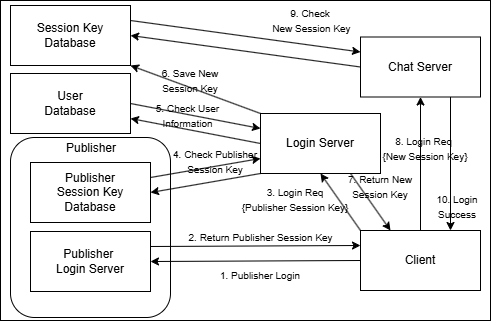
Before: Images/TotalServerFlow.png, a diagram exported from draw.io (devMains/MMORPG-Portfolio). Source tidied: cells renumbered, new cells last; positions are measured from the earlier drawing's top-left corner, leaving out a move shared by most shapes.
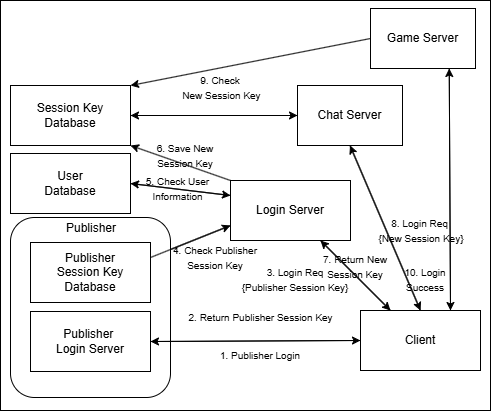
The same diagram one commit later.

What changed in the source:
```diff
@@ -3,106 +3,118 @@
     <mxCell id="0" />
     <mxCell id="1" parent="0" />
     <mxCell id="2" style="rounded=0;whiteSpace=wrap;html=1;fillColor=light-dark(#FFFFFF,#FFFAF0);" parent="1" vertex="1">
-      <mxGeometry width="490" height="320" as="geometry" />
+      <mxGeometry y="-80" width="490" height="410" as="geometry" />
     </mxCell>
-    <mxCell id="3" style="rounded=0;jettySize=auto;html=1;exitX=0;exitY=0;exitDx=0;exitDy=0;entryX=0.5;entryY=1;entryDx=0;entryDy=0;strokeColor=light-dark(#000000,#000000);" parent="1" edge="1" source="5" target="10">
+    <mxCell id="3" style="rounded=0;jettySize=auto;html=1;exitX=0.5;exitY=0;exitDx=0;exitDy=0;entryX=0.5;entryY=1;entryDx=0;entryDy=0;strokeColor=light-dark(#000000,#000000);" parent="1" edge="1" source="6" target="14">
       <mxGeometry relative="1" as="geometry" />
     </mxCell>
-    <mxCell id="4" style="edgeStyle=orthogonalEdgeStyle;rounded=0;jettySize=auto;html=1;exitX=0.5;exitY=0;exitDx=0;exitDy=0;entryX=0.5;entryY=1;entryDx=0;entryDy=0;strokeColor=light-dark(#000000,#000000);" parent="1" edge="1" source="5" target="12">
+    <mxCell id="4" style="rounded=0;jettySize=auto;html=1;exitX=0.25;exitY=0;exitDx=0;exitDy=0;entryX=0.75;entryY=1;entryDx=0;entryDy=0;strokeColor=light-dark(#000000,#000000);" parent="1" edge="1" source="6" target="12">
       <mxGeometry relative="1" as="geometry" />
     </mxCell>
-    <mxCell id="5" value="Client" style="rounded=0;whiteSpace=wrap;html=1;" parent="1" vertex="1">
-      <mxGeometry x="360" y="230" width="120" height="60" as="geometry" />
+    <mxCell id="5" style="rounded=0;jettySize=auto;html=1;exitX=0.75;exitY=0;exitDx=0;exitDy=0;entryX=0.75;entryY=1;entryDx=0;entryDy=0;strokeColor=light-dark(#000000,#000000);" parent="1" edge="1" source="6" target="39">
+      <mxGeometry relative="1" as="geometry" />
     </mxCell>
-    <mxCell id="6" style="edgeStyle=orthogonalEdgeStyle;rounded=0;jettySize=auto;html=1;exitX=0.5;exitY=0;exitDx=0;exitDy=0;entryX=0.5;entryY=1;entryDx=0;entryDy=0;strokeColor=light-dark(#000000,#000000);" parent="1" edge="1" source="19" target="20">
-      <mxGeometry relative="1" as="geometry" />
+    <mxCell id="6" value="Client" style="rounded=0;whiteSpace=wrap;html=1;" parent="1" vertex="1">
+      <mxGeometry x="360" y="230" width="120" height="60" as="geometry" />
     </mxCell>
-    <mxCell id="7" style="rounded=0;jettySize=auto;html=1;exitX=0;exitY=0;exitDx=0;exitDy=0;entryX=1;entryY=1;entryDx=0;entryDy=0;strokeColor=light-dark(#000000,#000000);" parent="1" edge="1" source="10" target="14">
+    <mxCell id="7" style="edgeStyle=orthogonalEdgeStyle;rounded=0;jettySize=auto;html=1;exitX=0.5;exitY=0;exitDx=0;exitDy=0;entryX=0.5;entryY=1;entryDx=0;entryDy=0;strokeColor=light-dark(#000000,#000000);" parent="1" edge="1" source="21" target="23">
       <mxGeometry relative="1" as="geometry" />
     </mxCell>
-    <mxCell id="8" style="rounded=0;jettySize=auto;html=1;exitX=0.75;exitY=1;exitDx=0;exitDy=0;entryX=0.25;entryY=0;entryDx=0;entryDy=0;strokeColor=light-dark(#000000,#000000);" parent="1" edge="1" source="10" target="5">
+    <mxCell id="8" style="rounded=0;jettySize=auto;html=1;exitX=0;exitY=0;exitDx=0;exitDy=0;entryX=1;entryY=1;entryDx=0;entryDy=0;strokeColor=light-dark(#000000,#000000);" parent="1" edge="1" source="12" target="16">
       <mxGeometry relative="1" as="geometry" />
     </mxCell>
-    <mxCell id="9" style="rounded=0;jettySize=auto;html=1;exitX=0;exitY=0.5;exitDx=0;exitDy=0;entryX=1;entryY=0.75;entryDx=0;entryDy=0;strokeColor=light-dark(#000000,#000000);" parent="1" edge="1" source="10" target="34">
+    <mxCell id="9" style="rounded=0;jettySize=auto;html=1;exitX=0.75;exitY=1;exitDx=0;exitDy=0;entryX=0.25;entryY=0;entryDx=0;entryDy=0;strokeColor=light-dark(#000000,#000000);" parent="1" edge="1" source="12" target="6">
       <mxGeometry relative="1" as="geometry" />
     </mxCell>
-    <mxCell id="10" value="Login Server" style="rounded=0;whiteSpace=wrap;html=1;" parent="1" vertex="1">
-      <mxGeometry x="260" y="113" width="120" height="60" as="geometry" />
+    <mxCell id="10" style="rounded=0;jettySize=auto;html=1;exitX=0;exitY=0.75;exitDx=0;exitDy=0;entryX=1;entryY=0.25;entryDx=0;entryDy=0;strokeColor=light-dark(#000000,#000000);" parent="1" edge="1" source="12" target="23">
+      <mxGeometry relative="1" as="geometry" />
     </mxCell>
-    <mxCell id="11" style="edgeStyle=orthogonalEdgeStyle;rounded=0;jettySize=auto;html=1;exitX=0.75;exitY=1;exitDx=0;exitDy=0;entryX=0.75;entryY=0;entryDx=0;entryDy=0;strokeColor=light-dark(#000000,#000000);" parent="1" edge="1" source="12" target="5">
+    <mxCell id="11" style="rounded=0;jettySize=auto;html=1;exitX=0;exitY=0.25;exitDx=0;exitDy=0;entryX=1;entryY=0.5;entryDx=0;entryDy=0;strokeColor=light-dark(#000000,#171717);" parent="1" edge="1" source="12" target="35">
       <mxGeometry relative="1" as="geometry" />
     </mxCell>
-    <mxCell id="12" value="Chat Server" style="rounded=0;whiteSpace=wrap;html=1;" parent="1" vertex="1">
-      <mxGeometry x="360" y="36.5" width="120" height="60" as="geometry" />
+    <mxCell id="12" value="Login Server" style="rounded=0;whiteSpace=wrap;html=1;" parent="1" vertex="1">
+      <mxGeometry x="230" y="100" width="120" height="60" as="geometry" />
     </mxCell>
-    <mxCell id="13" style="rounded=0;jettySize=auto;html=1;exitX=1;exitY=0.25;exitDx=0;exitDy=0;entryX=0;entryY=0.25;entryDx=0;entryDy=0;strokeColor=light-dark(#000000,#000000);" parent="1" edge="1" source="14" target="12">
+    <mxCell id="13" style="rounded=0;jettySize=auto;html=1;exitX=0.5;exitY=1;exitDx=0;exitDy=0;entryX=0.5;entryY=0;entryDx=0;entryDy=0;strokeColor=light-dark(#000000,#000000);" parent="1" edge="1" source="14" target="6">
       <mxGeometry relative="1" as="geometry" />
     </mxCell>
-    <mxCell id="14" value="Session Key&lt;div&gt;Database&lt;/div&gt;" style="rounded=0;whiteSpace=wrap;html=1;" parent="1" vertex="1">
-      <mxGeometry x="10" y="5" width="120" height="60" as="geometry" />
+    <mxCell id="14" value="Chat Server" style="rounded=0;whiteSpace=wrap;html=1;" parent="1" vertex="1">
+      <mxGeometry x="297" y="5" width="105" height="60" as="geometry" />
     </mxCell>
-    <mxCell id="15" style="rounded=1;whiteSpace=wrap;html=1;" parent="1" vertex="1">
-      <mxGeometry x="10" y="137" width="160" height="180" as="geometry" />
+    <mxCell id="15" style="rounded=0;jettySize=auto;html=1;exitX=1;exitY=0.5;exitDx=0;exitDy=0;entryX=0;entryY=0.5;entryDx=0;entryDy=0;" parent="1" edge="1" source="16" target="14">
+      <mxGeometry relative="1" as="geometry" />
     </mxCell>
-    <mxCell id="16" style="rounded=0;jettySize=auto;html=1;exitX=0;exitY=0.5;exitDx=0;exitDy=0;strokeColor=light-dark(#000000,#000000);entryX=1;entryY=0.5;entryDx=0;entryDy=0;" parent="1" edge="1" source="12" target="14">
-      <mxGeometry relative="1" as="geometry" />
+    <mxCell id="16" value="Session Key&lt;div&gt;Database&lt;/div&gt;" style="rounded=0;whiteSpace=wrap;html=1;" parent="1" vertex="1">
+      <mxGeometry x="10" y="5" width="120" height="60" as="geometry" />
     </mxCell>
-    <mxCell id="17" value="Publisher" style="text;html=1;whiteSpace=wrap;strokeColor=none;fillColor=none;align=center;verticalAlign=middle;rounded=0;" parent="1" vertex="1">
-      <mxGeometry x="61" y="133" width="60" height="30" as="geometry" />
+    <mxCell id="17" style="rounded=1;whiteSpace=wrap;html=1;" parent="1" vertex="1">
+      <mxGeometry x="10" y="137" width="160" height="180" as="geometry" />
     </mxCell>
-    <mxCell id="18" style="rounded=0;jettySize=auto;html=1;exitX=1;exitY=0.25;exitDx=0;exitDy=0;entryX=0;entryY=0.25;entryDx=0;entryDy=0;strokeColor=light-dark(#000000,#050505);" parent="1" edge="1" source="19" target="5">
+    <mxCell id="18" style="rounded=0;jettySize=auto;html=1;exitX=0;exitY=0.5;exitDx=0;exitDy=0;strokeColor=light-dark(#000000,#000000);entryX=1;entryY=0.5;entryDx=0;entryDy=0;" parent="1" edge="1" source="14" target="16">
       <mxGeometry relative="1" as="geometry" />
     </mxCell>
-    <mxCell id="19" value="Publisher&amp;nbsp;&lt;div&gt;Login Server&lt;/div&gt;" style="rounded=0;whiteSpace=wrap;html=1;" parent="1" vertex="1">
-      <mxGeometry x="30" y="231" width="120" height="60" as="geometry" />
+    <mxCell id="19" value="Publisher" style="text;html=1;whiteSpace=wrap;strokeColor=none;fillColor=none;align=center;verticalAlign=middle;rounded=0;" parent="1" vertex="1">
+      <mxGeometry x="61" y="133" width="60" height="30" as="geometry" />
     </mxCell>
-    <mxCell id="20" value="Publisher&lt;div&gt;Session Key Database&lt;/div&gt;" style="rounded=0;whiteSpace=wrap;html=1;" parent="1" vertex="1">
-      <mxGeometry x="30" y="162" width="120" height="60" as="geometry" />
+    <mxCell id="20" style="rounded=0;jettySize=auto;html=1;exitX=1;exitY=0.5;exitDx=0;exitDy=0;entryX=0;entryY=0.5;entryDx=0;entryDy=0;strokeColor=light-dark(#000000,#030303);" parent="1" edge="1" source="21" target="6">
+      <mxGeometry relative="1" as="geometry" />
     </mxCell>
-    <mxCell id="21" style="rounded=0;jettySize=auto;html=1;exitX=0;exitY=0.5;exitDx=0;exitDy=0;entryX=1;entryY=0.5;entryDx=0;entryDy=0;strokeColor=light-dark(#000000,#0A0A0A);" parent="1" edge="1" source="5" target="19">
-      <mxGeometry relative="1" as="geometry" />
+    <mxCell id="21" value="Publisher&amp;nbsp;&lt;div&gt;Login Server&lt;/div&gt;" style="rounded=0;whiteSpace=wrap;html=1;" parent="1" vertex="1">
+      <mxGeometry x="30" y="231" width="120" height="60" as="geometry" />
     </mxCell>
-    <mxCell id="22" style="rounded=0;jettySize=auto;html=1;exitX=0;exitY=1;exitDx=0;exitDy=0;entryX=1;entryY=0.5;entryDx=0;entryDy=0;strokeColor=light-dark(#000000,#000000);" parent="1" edge="1" source="10" target="20">
+    <mxCell id="22" style="rounded=0;jettySize=auto;html=1;exitX=1;exitY=0.25;exitDx=0;exitDy=0;entryX=0;entryY=0.75;entryDx=0;entryDy=0;strokeColor=light-dark(#000000,#000000);" parent="1" edge="1" source="23" target="12">
       <mxGeometry relative="1" as="geometry" />
     </mxCell>
-    <mxCell id="23" style="rounded=0;jettySize=auto;html=1;exitX=1;exitY=0.25;exitDx=0;exitDy=0;strokeColor=light-dark(#000000,#030303);entryX=0;entryY=0.75;entryDx=0;entryDy=0;" parent="1" edge="1" source="20" target="10">
-      <mxGeometry relative="1" as="geometry" />
+    <mxCell id="23" value="Publisher&lt;div&gt;Session Key Database&lt;/div&gt;" style="rounded=0;whiteSpace=wrap;html=1;" parent="1" vertex="1">
+      <mxGeometry x="30" y="162" width="120" height="60" as="geometry" />
     </mxCell>
-    <mxCell id="24" value="&lt;font style=&quot;color: light-dark(rgb(0, 0, 0), rgb(13, 13, 13)); font-size: 10px;&quot;&gt;1. Publisher Login&lt;/font&gt;" style="text;html=1;whiteSpace=wrap;strokeColor=none;fillColor=none;align=center;verticalAlign=middle;rounded=0;" parent="1" vertex="1">
-      <mxGeometry x="195" y="260" width="130" height="30" as="geometry" />
+    <mxCell id="24" style="rounded=0;jettySize=auto;html=1;exitX=0;exitY=0.5;exitDx=0;exitDy=0;entryX=1;entryY=0.5;entryDx=0;entryDy=0;strokeColor=light-dark(#000000,#0A0A0A);" parent="1" edge="1" source="6" target="21">
+      <mxGeometry relative="1" as="geometry" />
     </mxCell>
-    <mxCell id="25" value="&lt;font style=&quot;color: light-dark(rgb(0, 0, 0), rgb(33, 33, 33)); font-size: 10px;&quot;&gt;3. Login Req&lt;/font&gt;&lt;div&gt;&lt;font style=&quot;color: light-dark(rgb(0, 0, 0), rgb(33, 33, 33)); font-size: 10px;&quot;&gt;{Publisher Session Key}&lt;/font&gt;&lt;/div&gt;" style="text;html=1;whiteSpace=wrap;strokeColor=none;fillColor=none;align=center;verticalAlign=middle;rounded=0;" parent="1" vertex="1">
-      <mxGeometry x="225" y="184" width="140" height="30" as="geometry" />
+    <mxCell id="25" value="&lt;font style=&quot;color: light-dark(rgb(0, 0, 0), rgb(13, 13, 13)); font-size: 10px;&quot;&gt;1. Publisher Login&lt;/font&gt;" style="text;html=1;whiteSpace=wrap;strokeColor=none;fillColor=none;align=center;verticalAlign=middle;rounded=0;" parent="1" vertex="1">
+      <mxGeometry x="195" y="260" width="130" height="30" as="geometry" />
     </mxCell>
-    <mxCell id="26" value="&lt;font style=&quot;color: light-dark(rgb(0, 0, 0), rgb(38, 38, 38)); font-size: 10px;&quot;&gt;2. Return Publisher Session Key&lt;/font&gt;" style="text;html=1;whiteSpace=wrap;strokeColor=none;fillColor=none;align=center;verticalAlign=middle;rounded=0;" parent="1" vertex="1">
-      <mxGeometry x="177.5" y="222" width="165" height="30" as="geometry" />
+    <mxCell id="26" value="&lt;font style=&quot;color: light-dark(rgb(0, 0, 0), rgb(33, 33, 33)); font-size: 10px;&quot;&gt;3. Login Req&lt;/font&gt;&lt;div&gt;&lt;font style=&quot;color: light-dark(rgb(0, 0, 0), rgb(33, 33, 33)); font-size: 10px;&quot;&gt;{Publisher Session Key}&lt;/font&gt;&lt;/div&gt;" style="text;html=1;whiteSpace=wrap;strokeColor=none;fillColor=none;align=center;verticalAlign=middle;rounded=0;" parent="1" vertex="1">
+      <mxGeometry x="225" y="184" width="140" height="30" as="geometry" />
     </mxCell>
-    <mxCell id="27" value="&lt;font style=&quot;font-size: 10px; color: light-dark(rgb(0, 0, 0), rgb(0, 0, 0));&quot;&gt;4. Check Publisher Session Key&lt;/font&gt;" style="text;html=1;whiteSpace=wrap;strokeColor=none;fillColor=none;align=center;verticalAlign=middle;rounded=0;" parent="1" vertex="1">
-      <mxGeometry x="160" y="146" width="110" height="30" as="geometry" />
+    <mxCell id="27" value="&lt;font style=&quot;color: light-dark(rgb(0, 0, 0), rgb(38, 38, 38)); font-size: 10px;&quot;&gt;2. Return Publisher Session Key&lt;/font&gt;" style="text;html=1;whiteSpace=wrap;strokeColor=none;fillColor=none;align=center;verticalAlign=middle;rounded=0;" parent="1" vertex="1">
+      <mxGeometry x="177.5" y="222" width="165" height="30" as="geometry" />
     </mxCell>
-    <mxCell id="28" value="&lt;font style=&quot;font-size: 10px; color: light-dark(rgb(0, 0, 0), rgb(10, 10, 10));&quot;&gt;6. Save New Session Key&lt;/font&gt;" style="text;html=1;whiteSpace=wrap;strokeColor=none;fillColor=none;align=center;verticalAlign=middle;rounded=0;" parent="1" vertex="1">
-      <mxGeometry x="160" y="65" width="60" height="30" as="geometry" />
+    <mxCell id="28" value="&lt;font style=&quot;font-size: 10px; color: light-dark(rgb(0, 0, 0), rgb(0, 0, 0));&quot;&gt;4. Check Publisher Session Key&lt;/font&gt;" style="text;html=1;whiteSpace=wrap;strokeColor=none;fillColor=none;align=center;verticalAlign=middle;rounded=0;" parent="1" vertex="1">
+      <mxGeometry x="160" y="162" width="110" height="30" as="geometry" />
     </mxCell>
-    <mxCell id="29" value="&lt;font style=&quot;font-size: 10px; color: light-dark(rgb(0, 0, 0), rgb(15, 15, 15));&quot;&gt;7. Return New Session Key&lt;/font&gt;" style="text;html=1;whiteSpace=wrap;strokeColor=none;fillColor=none;align=center;verticalAlign=middle;rounded=0;" parent="1" vertex="1">
-      <mxGeometry x="330" y="171" width="100" height="30" as="geometry" />
+    <mxCell id="29" value="&lt;font style=&quot;font-size: 10px; color: light-dark(rgb(0, 0, 0), rgb(10, 10, 10));&quot;&gt;6. Save New Session Key&lt;/font&gt;" style="text;html=1;whiteSpace=wrap;strokeColor=none;fillColor=none;align=center;verticalAlign=middle;rounded=0;" parent="1" vertex="1">
+      <mxGeometry x="155" y="60" width="60" height="30" as="geometry" />
     </mxCell>
-    <mxCell id="30" value="&lt;font style=&quot;color: light-dark(rgb(0, 0, 0), rgb(8, 8, 8)); font-size: 10px;&quot;&gt;8. Login Req&amp;nbsp;&lt;/font&gt;&lt;div&gt;&lt;font style=&quot;color: light-dark(rgb(0, 0, 0), rgb(8, 8, 8)); font-size: 10px;&quot;&gt;{New Session Key}&lt;/font&gt;&lt;/div&gt;" style="text;html=1;whiteSpace=wrap;strokeColor=none;fillColor=none;align=center;verticalAlign=middle;rounded=0;" parent="1" vertex="1">
-      <mxGeometry x="380" y="133" width="90" height="30" as="geometry" />
+    <mxCell id="30" value="&lt;font style=&quot;font-size: 10px; color: light-dark(rgb(0, 0, 0), rgb(15, 15, 15));&quot;&gt;7. Return New Session Key&lt;/font&gt;" style="text;html=1;whiteSpace=wrap;strokeColor=none;fillColor=none;align=center;verticalAlign=middle;rounded=0;" parent="1" vertex="1">
+      <mxGeometry x="305" y="171" width="100" height="30" as="geometry" />
     </mxCell>
-    <mxCell id="31" value="&lt;font style=&quot;color: light-dark(rgb(0, 0, 0), rgb(0, 0, 0)); font-size: 10px;&quot;&gt;9. Check&lt;/font&gt;&lt;div&gt;&lt;font style=&quot;color: light-dark(rgb(0, 0, 0), rgb(0, 0, 0)); font-size: 10px;&quot;&gt;&amp;nbsp;New Session Key&lt;/font&gt;&lt;/div&gt;" style="text;html=1;whiteSpace=wrap;strokeColor=none;fillColor=none;align=center;verticalAlign=middle;rounded=0;" parent="1" vertex="1">
-      <mxGeometry x="260" y="5" width="100" height="30" as="geometry" />
+    <mxCell id="31" value="&lt;font style=&quot;color: light-dark(rgb(0, 0, 0), rgb(8, 8, 8)); font-size: 10px;&quot;&gt;8. Login Req&amp;nbsp;&lt;/font&gt;&lt;div&gt;&lt;font style=&quot;color: light-dark(rgb(0, 0, 0), rgb(8, 8, 8)); font-size: 10px;&quot;&gt;{New Session Key}&lt;/font&gt;&lt;/div&gt;" style="text;html=1;whiteSpace=wrap;strokeColor=none;fillColor=none;align=center;verticalAlign=middle;rounded=0;" parent="1" vertex="1">
+      <mxGeometry x="376" y="135" width="90" height="30" as="geometry" />
     </mxCell>
-    <mxCell id="32" value="&lt;font style=&quot;color: light-dark(rgb(0, 0, 0), rgb(25, 25, 25)); font-size: 10px;&quot;&gt;10. Login Success&lt;/font&gt;" style="text;html=1;whiteSpace=wrap;strokeColor=none;fillColor=none;align=center;verticalAlign=middle;rounded=0;" parent="1" vertex="1">
-      <mxGeometry x="422" y="191" width="70" height="30" as="geometry" />
+    <mxCell id="32" value="&lt;font style=&quot;color: light-dark(rgb(0, 0, 0), rgb(0, 0, 0)); font-size: 10px;&quot;&gt;9. Check&lt;/font&gt;&lt;div&gt;&lt;font style=&quot;color: light-dark(rgb(0, 0, 0), rgb(0, 0, 0)); font-size: 10px;&quot;&gt;&amp;nbsp;New Session Key&lt;/font&gt;&lt;/div&gt;" style="text;html=1;whiteSpace=wrap;strokeColor=none;fillColor=none;align=center;verticalAlign=middle;rounded=0;" parent="1" vertex="1">
+      <mxGeometry x="170" y="-8" width="100" height="30" as="geometry" />
     </mxCell>
-    <mxCell id="33" style="rounded=0;jettySize=auto;html=1;exitX=1;exitY=0.5;exitDx=0;exitDy=0;entryX=0;entryY=0.25;entryDx=0;entryDy=0;strokeColor=light-dark(#000000,#000000);" parent="1" edge="1" source="34" target="10">
-      <mxGeometry relative="1" as="geometry" />
+    <mxCell id="33" value="&lt;font style=&quot;color: light-dark(rgb(0, 0, 0), rgb(25, 25, 25)); font-size: 10px;&quot;&gt;10. Login Success&lt;/font&gt;" style="text;html=1;whiteSpace=wrap;strokeColor=none;fillColor=none;align=center;verticalAlign=middle;rounded=0;" parent="1" vertex="1">
+      <mxGeometry x="390" y="184" width="70" height="30" as="geometry" />
     </mxCell>
-    <mxCell id="34" value="User&lt;div&gt;Database&lt;/div&gt;" style="rounded=0;whiteSpace=wrap;html=1;" parent="1" vertex="1">
-      <mxGeometry x="10" y="73" width="120" height="60" as="geometry" />
+    <mxCell id="34" style="rounded=0;jettySize=auto;html=1;exitX=1;exitY=0.5;exitDx=0;exitDy=0;entryX=0;entryY=0.25;entryDx=0;entryDy=0;strokeColor=light-dark(#000000,#000000);" parent="1" edge="1" source="35" target="12">
+      <mxGeometry relative="1" as="geometry" />
     </mxCell>
-    <mxCell id="35" value="&lt;font style=&quot;font-size: 10px; color: light-dark(rgb(0, 0, 0), rgb(10, 10, 10));&quot;&gt;5. Check User Information&lt;/font&gt;" style="text;html=1;whiteSpace=wrap;strokeColor=none;fillColor=none;align=center;verticalAlign=middle;rounded=0;" parent="1" vertex="1">
-      <mxGeometry x="150" y="100" width="75" height="30" as="geometry" />
+    <mxCell id="35" value="User&lt;div&gt;Database&lt;/div&gt;" style="rounded=0;whiteSpace=wrap;html=1;" parent="1" vertex="1">
+      <mxGeometry x="10" y="73" width="120" height="60" as="geometry" />
     </mxCell>
+    <mxCell id="36" value="&lt;font style=&quot;font-size: 10px; color: light-dark(rgb(0, 0, 0), rgb(10, 10, 10));&quot;&gt;5. Check User Information&lt;/font&gt;" style="text;html=1;whiteSpace=wrap;strokeColor=none;fillColor=none;align=center;verticalAlign=middle;rounded=0;" parent="1" vertex="1">
+      <mxGeometry x="140" y="93" width="75" height="30" as="geometry" />
+    </mxCell>
+    <mxCell id="37" style="rounded=0;jettySize=auto;html=1;exitX=0.75;exitY=1;exitDx=0;exitDy=0;entryX=0.75;entryY=0;entryDx=0;entryDy=0;strokeColor=light-dark(#000000,#000000);" parent="1" edge="1" source="39" target="6">
+      <mxGeometry relative="1" as="geometry" />
+    </mxCell>
+    <mxCell id="38" style="rounded=0;jettySize=auto;html=1;exitX=0;exitY=0.5;exitDx=0;exitDy=0;entryX=1;entryY=0;entryDx=0;entryDy=0;strokeColor=light-dark(#000000,#191919);" parent="1" edge="1" source="39" target="16">
+      <mxGeometry relative="1" as="geometry" />
+    </mxCell>
+    <mxCell id="39" value="Game Server" style="rounded=0;whiteSpace=wrap;html=1;" parent="1" vertex="1">
+      <mxGeometry x="370" y="-72" width="105" height="60" as="geometry" />
+    </mxCell>
   </root>
 </mxGraphModel>
```
